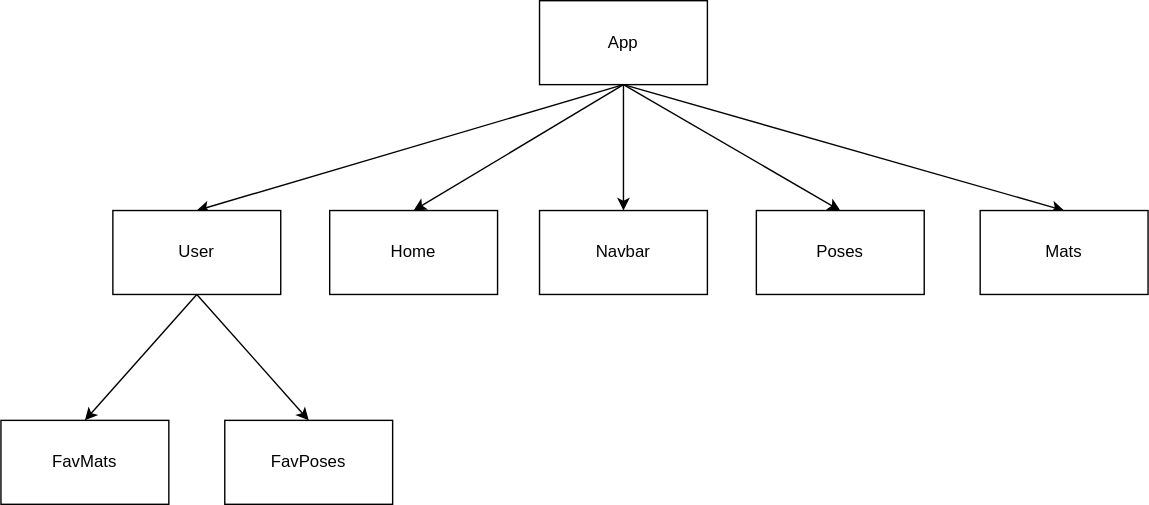
The draw.io diagram src/flowchart.drawio.svg in KaiserKassie/Flatiron-Capstone-Project-Frontend, before a commit. Source tidied: cells renumbered, new cells last; positions are measured from the earlier drawing's top-left corner, leaving out a move shared by most shapes.
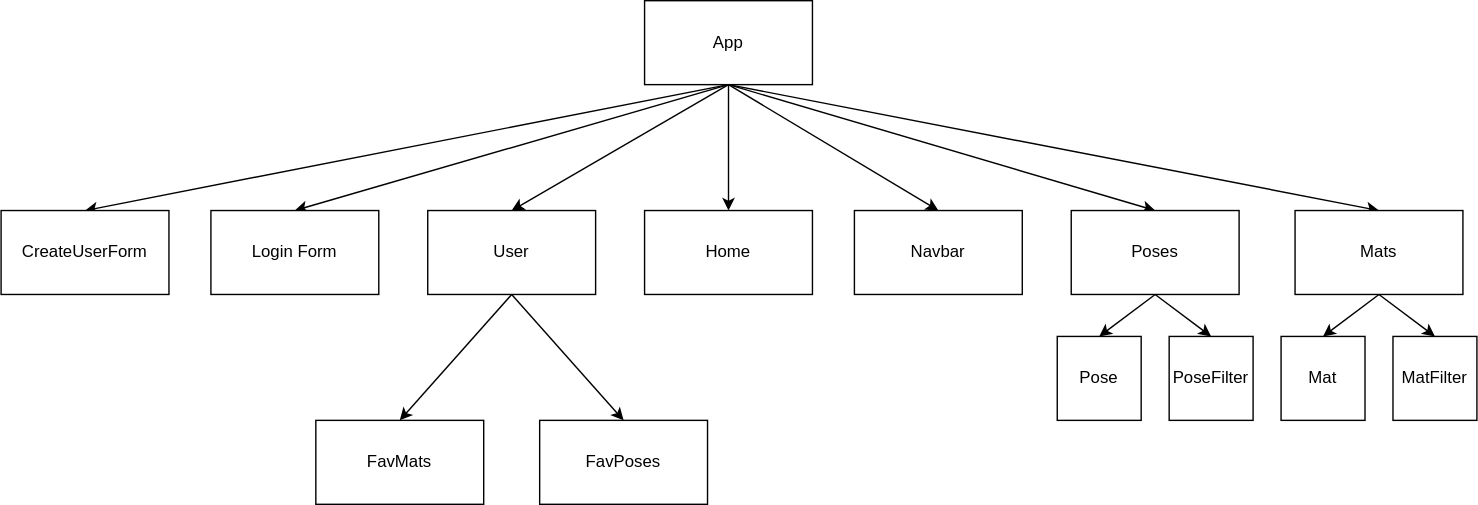
The same file after the commit.

Change to the diagram source:
```diff
@@ -17,8 +17,14 @@
     <mxCell id="6" style="edgeStyle=none;html=1;exitX=0.5;exitY=1;exitDx=0;exitDy=0;entryX=0.5;entryY=0;entryDx=0;entryDy=0;" parent="1" edge="1" source="7" target="16">
       <mxGeometry relative="1" as="geometry" />
     </mxCell>
+    <mxCell id="17" style="edgeStyle=none;html=1;exitX=0.5;exitY=1;exitDx=0;exitDy=0;entryX=0.5;entryY=0;entryDx=0;entryDy=0;" parent="1" edge="1" source="7" target="27">
+      <mxGeometry relative="1" as="geometry" />
+    </mxCell>
+    <mxCell id="18" style="edgeStyle=none;html=1;exitX=0.5;exitY=1;exitDx=0;exitDy=0;entryX=0.5;entryY=0;entryDx=0;entryDy=0;" parent="1" edge="1" source="7" target="28">
+      <mxGeometry relative="1" as="geometry" />
+    </mxCell>
     <mxCell id="7" value="App" style="rounded=0;whiteSpace=wrap;html=1;" parent="1" vertex="1">
-      <mxGeometry x="385" width="120" height="60" as="geometry" />
+      <mxGeometry x="235" width="120" height="60" as="geometry" />
     </mxCell>
     <mxCell id="8" value="Home" style="rounded=0;whiteSpace=wrap;html=1;" parent="1" vertex="1">
       <mxGeometry x="235" y="150" width="120" height="60" as="geometry" />
@@ -32,6 +38,12 @@
     <mxCell id="11" value="User" style="rounded=0;whiteSpace=wrap;html=1;" parent="1" vertex="1">
       <mxGeometry x="80" y="150" width="120" height="60" as="geometry" />
     </mxCell>
+    <mxCell id="19" style="edgeStyle=none;html=1;exitX=0.5;exitY=1;exitDx=0;exitDy=0;entryX=0.5;entryY=0;entryDx=0;entryDy=0;" parent="1" edge="1" source="12" target="24">
+      <mxGeometry relative="1" as="geometry" />
+    </mxCell>
+    <mxCell id="20" style="edgeStyle=none;html=1;exitX=0.5;exitY=1;exitDx=0;exitDy=0;entryX=0.5;entryY=0;entryDx=0;entryDy=0;" parent="1" edge="1" source="12" target="23">
+      <mxGeometry relative="1" as="geometry" />
+    </mxCell>
     <mxCell id="12" value="Poses" style="rounded=0;whiteSpace=wrap;html=1;" parent="1" vertex="1">
       <mxGeometry x="540" y="150" width="120" height="60" as="geometry" />
     </mxCell>
@@ -41,11 +53,35 @@
     <mxCell id="14" value="FavPoses" style="rounded=0;whiteSpace=wrap;html=1;" parent="1" vertex="1">
       <mxGeometry x="160" y="300" width="120" height="60" as="geometry" />
     </mxCell>
+    <mxCell id="21" style="edgeStyle=none;html=1;exitX=0.5;exitY=1;exitDx=0;exitDy=0;entryX=0.5;entryY=0;entryDx=0;entryDy=0;" parent="1" edge="1" source="15" target="25">
+      <mxGeometry relative="1" as="geometry" />
+    </mxCell>
+    <mxCell id="22" style="edgeStyle=none;html=1;exitX=0.5;exitY=1;exitDx=0;exitDy=0;entryX=0.5;entryY=0;entryDx=0;entryDy=0;" parent="1" edge="1" source="15" target="26">
+      <mxGeometry relative="1" as="geometry" />
+    </mxCell>
     <mxCell id="15" value="Mats" style="rounded=0;whiteSpace=wrap;html=1;" parent="1" vertex="1">
       <mxGeometry x="700" y="150" width="120" height="60" as="geometry" />
     </mxCell>
     <mxCell id="16" value="Navbar" style="rounded=0;whiteSpace=wrap;html=1;" parent="1" vertex="1">
       <mxGeometry x="385" y="150" width="120" height="60" as="geometry" />
     </mxCell>
+    <mxCell id="23" value="Pose" style="rounded=0;whiteSpace=wrap;html=1;" parent="1" vertex="1">
+      <mxGeometry x="530" y="240" width="60" height="60" as="geometry" />
+    </mxCell>
+    <mxCell id="24" value="PoseFilter" style="rounded=0;whiteSpace=wrap;html=1;" parent="1" vertex="1">
+      <mxGeometry x="610" y="240" width="60" height="60" as="geometry" />
+    </mxCell>
+    <mxCell id="25" value="Mat" style="rounded=0;whiteSpace=wrap;html=1;" parent="1" vertex="1">
+      <mxGeometry x="690" y="240" width="60" height="60" as="geometry" />
+    </mxCell>
+    <mxCell id="26" value="MatFilter" style="rounded=0;whiteSpace=wrap;html=1;" parent="1" vertex="1">
+      <mxGeometry x="770" y="240" width="60" height="60" as="geometry" />
+    </mxCell>
+    <mxCell id="27" value="Login Form" style="rounded=0;whiteSpace=wrap;html=1;" parent="1" vertex="1">
+      <mxGeometry x="-75" y="150" width="120" height="60" as="geometry" />
+    </mxCell>
+    <mxCell id="28" value="CreateUserForm" style="rounded=0;whiteSpace=wrap;html=1;" parent="1" vertex="1">
+      <mxGeometry x="-225" y="150" width="120" height="60" as="geometry" />
+    </mxCell>
   </root>
 </mxGraphModel>
```
